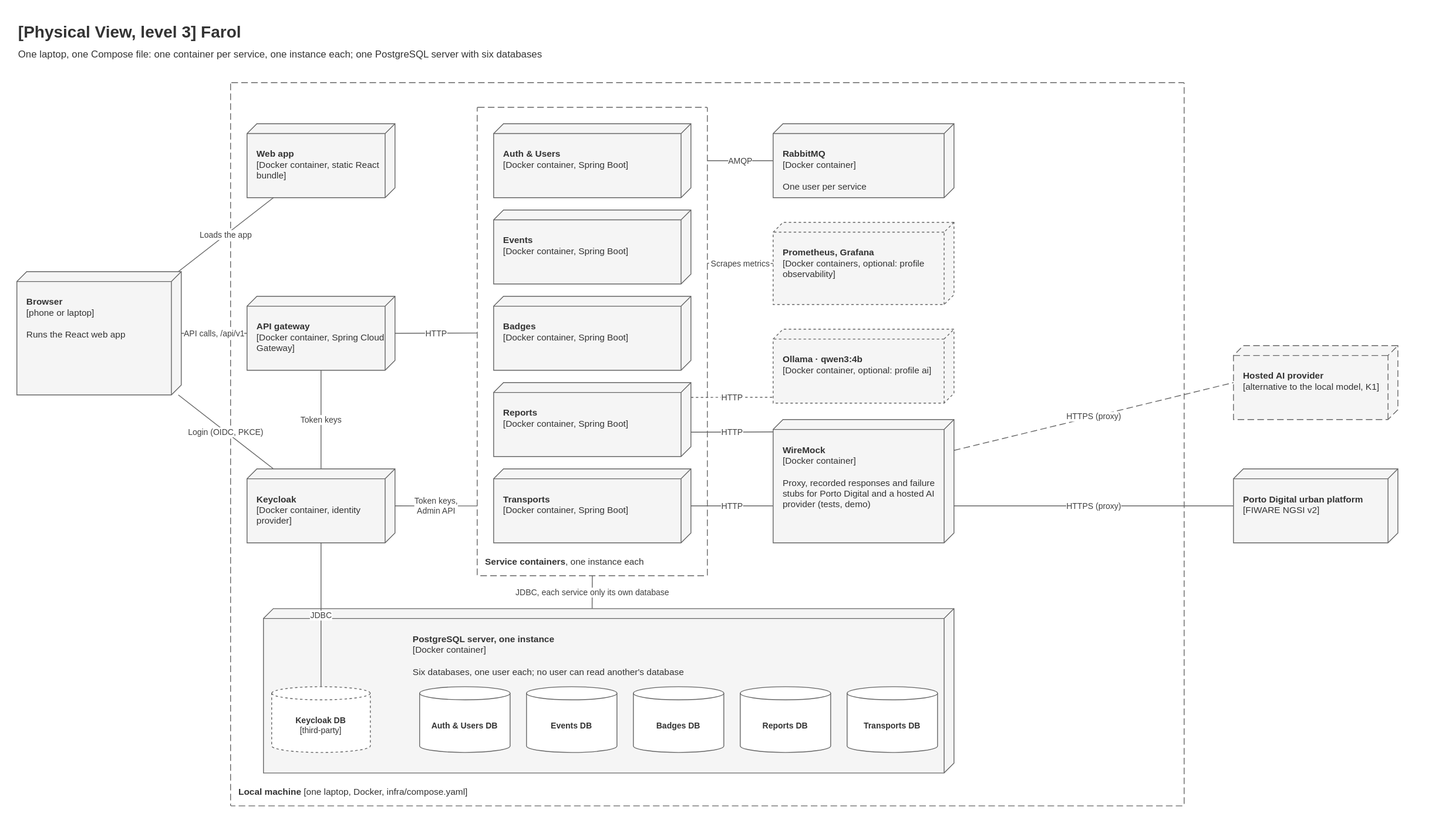
The draw.io diagram Docs/Technical/diagrams/physical-view-level-3.drawio.svg in tomasoliveira21/LABDSOF, before a commit. Source tidied: cells renumbered, new cells last; positions are measured from the earlier drawing's top-left corner, leaving out a move shared by most shapes.
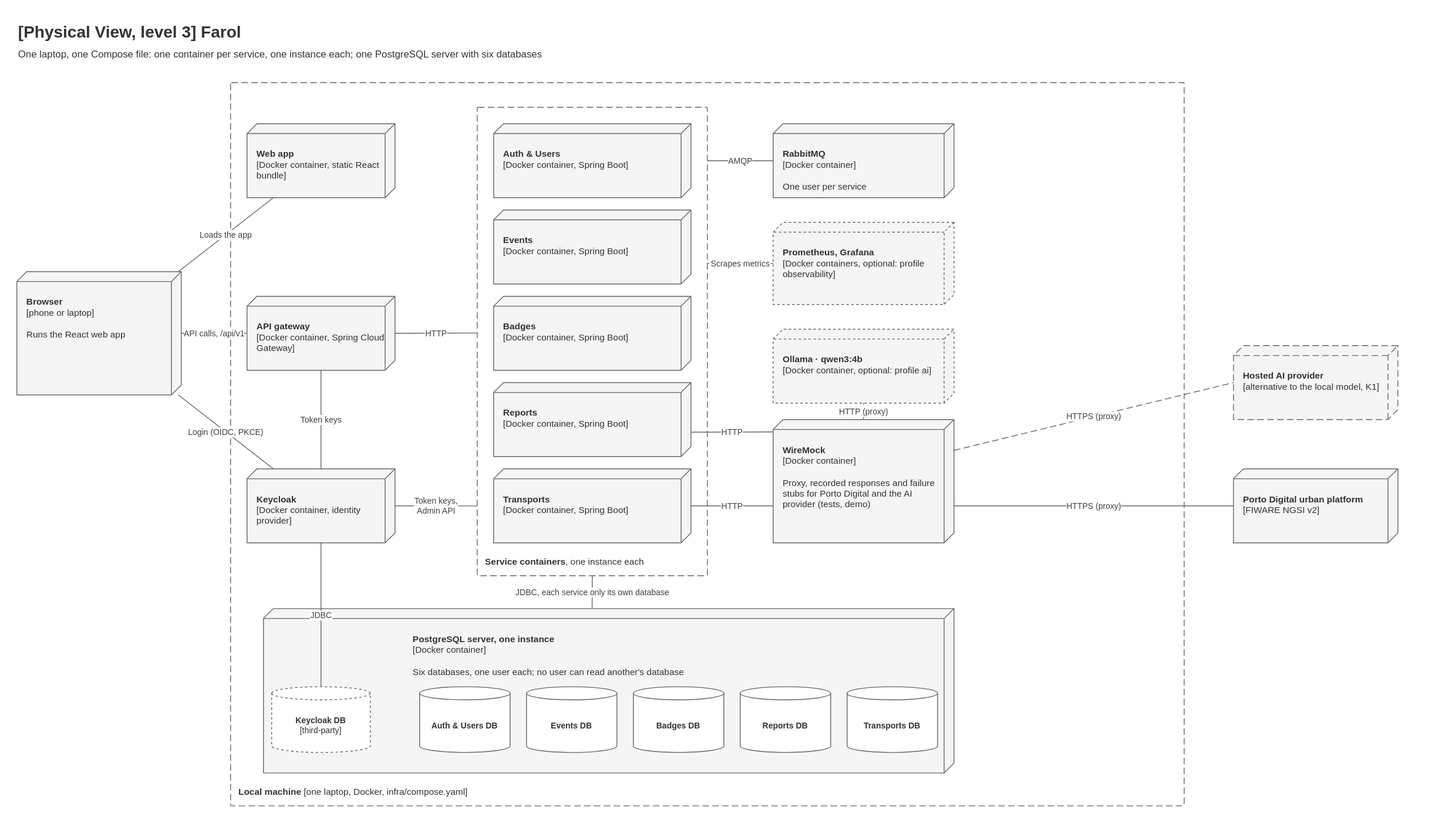
The same diagram one commit later.

The edit, as a diff of the source:
```diff
@@ -47,7 +47,7 @@
     <mxCell id="16" value="&lt;b&gt;Ollama · qwen3:4b&lt;/b&gt;&lt;br&gt;[Docker container, optional: profile ai]" style="shape=cube;size=12;flipH=1;whiteSpace=wrap;html=1;fillColor=#f5f5f5;strokeColor=#666666;fontColor=#333333;verticalAlign=top;align=left;spacing=12;spacingTop=14;fontSize=11;dashed=1;" parent="1" vertex="1">
       <mxGeometry x="920" y="380" width="220" height="90" as="geometry" />
     </mxCell>
-    <mxCell id="17" value="&lt;b&gt;WireMock&lt;/b&gt;&lt;br&gt;[Docker container]&lt;br&gt;&lt;br&gt;Proxy, recorded responses and failure stubs for Porto Digital and a hosted AI provider (tests, demo)" style="shape=cube;size=12;flipH=1;whiteSpace=wrap;html=1;fillColor=#f5f5f5;strokeColor=#666666;fontColor=#333333;verticalAlign=top;align=left;spacing=12;spacingTop=14;fontSize=11;" parent="1" vertex="1">
+    <mxCell id="17" value="&lt;b&gt;WireMock&lt;/b&gt;&lt;br&gt;[Docker container]&lt;br&gt;&lt;br&gt;Proxy, recorded responses and failure stubs for Porto Digital and the AI provider (tests, demo)" style="shape=cube;size=12;flipH=1;whiteSpace=wrap;html=1;fillColor=#f5f5f5;strokeColor=#666666;fontColor=#333333;verticalAlign=top;align=left;spacing=12;spacingTop=14;fontSize=11;" parent="1" vertex="1">
       <mxGeometry x="920" y="490" width="220" height="150" as="geometry" />
     </mxCell>
     <mxCell id="18" value="&lt;b&gt;PostgreSQL server, one instance&lt;/b&gt;&lt;br&gt;[Docker container]&lt;br&gt;&lt;br&gt;Six databases, one user each; no user can read another's database" style="shape=cube;size=12;flipH=1;whiteSpace=wrap;html=1;fillColor=#f5f5f5;strokeColor=#666666;fontColor=#333333;verticalAlign=top;align=left;spacing=12;spacingTop=14;spacingLeft=170;fontSize=11;" parent="1" vertex="1">
@@ -107,7 +107,7 @@
     <mxCell id="36" value="Scrapes metrics" style="endArrow=none;html=1;fontSize=10;fontColor=#404040;strokeColor=#666666;rounded=0;labelBackgroundColor=#ffffff;dashed=1;exitX=0;exitY=0.5;exitDx=0;exitDy=0;entryX=1;entryY=0.333;entryDx=0;entryDy=0;" parent="1" edge="1" source="15" target="8">
       <mxGeometry relative="1" as="geometry" />
     </mxCell>
-    <mxCell id="37" value="HTTP" style="endArrow=none;html=1;fontSize=10;fontColor=#404040;strokeColor=#666666;rounded=0;labelBackgroundColor=#ffffff;dashed=1;exitX=1;exitY=0.2;exitDx=0;exitDy=0;entryX=0;entryY=0.92;entryDx=0;entryDy=0;" parent="1" edge="1" source="12" target="16">
+    <mxCell id="37" value="HTTP (proxy)" style="endArrow=none;html=1;fontSize=10;fontColor=#404040;strokeColor=#666666;rounded=0;labelBackgroundColor=#ffffff;dashed=1;exitX=0.5;exitY=0;exitDx=0;exitDy=0;entryX=0.5;entryY=1;entryDx=0;entryDy=0;" parent="1" edge="1" source="17" target="16">
       <mxGeometry relative="1" as="geometry" />
     </mxCell>
     <mxCell id="38" value="HTTP" style="endArrow=none;html=1;fontSize=10;fontColor=#404040;strokeColor=#666666;rounded=0;labelBackgroundColor=#ffffff;exitX=1;exitY=0.67;exitDx=0;exitDy=0;entryX=0;entryY=0.1;entryDx=0;entryDy=0;" parent="1" edge="1" source="12" target="17">
```
